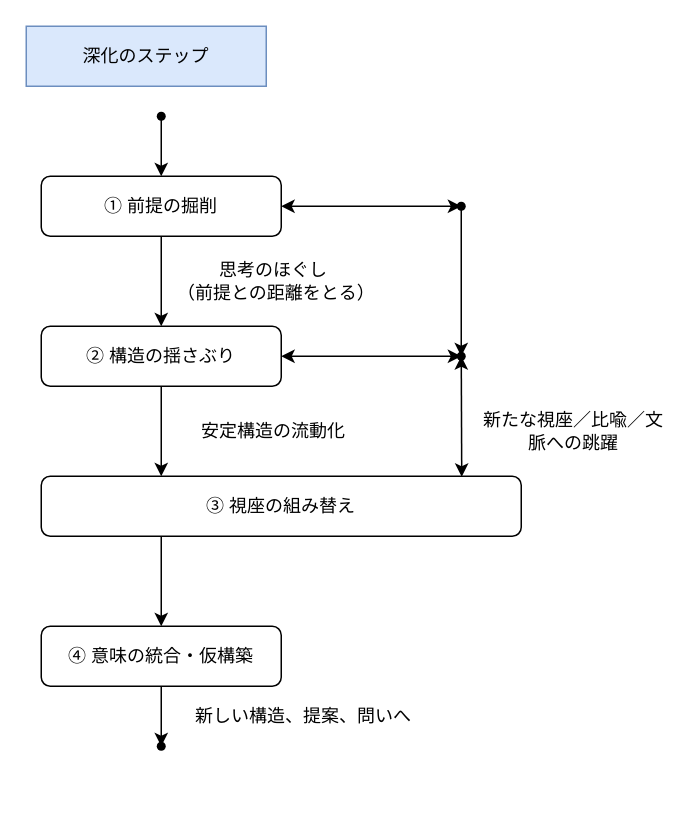
This is qiita_shinka_struct1.drawio from YossyIto/booklog_drowio, a draw.io file, before an edit. Source tidied: cells renumbered, new cells numbered last; positions are measured from the earlier drawing's top-left corner, leaving out a move shared by most shapes. Both pictures are drawn from the tidied source at 150%, with x=0, y=0 at pixel (26, 26).
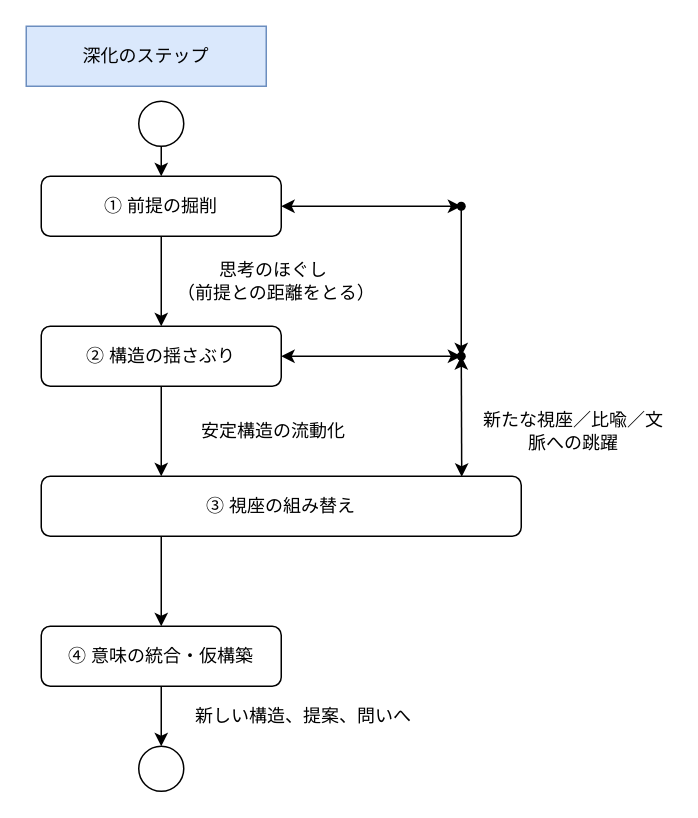
The same diagram, later.

Commit message (it also covers changes not shown here):
qiita_shinka_struct1.drawio を更新します

Unchanged cells that the change refers to:
```xml
<mxCell id="3" value="① 前提の掘削" style="rounded=1;whiteSpace=wrap;html=1;" parent="1" vertex="1">
  <mxGeometry x="10" y="100" width="160" height="40" as="geometry" />
</mxCell>
<mxCell id="13" value="④ 意味の統合・仮構築" style="rounded=1;whiteSpace=wrap;html=1;" parent="1" vertex="1">
  <mxGeometry x="10" y="400" width="160" height="40" as="geometry" />
</mxCell>
```

The edit, as a diff of the source:
```diff
@@
-    <mxCell id="18" style="endArrow=classic;html=1;rounded=0;exitX=0.5;exitY=1;exitDx=0;exitDy=0;entryX=1.017;entryY=0.267;entryDx=0;entryDy=0;entryPerimeter=0;" parent="1" edge="1" source="13" target="20">
+    <mxCell id="18" style="endArrow=classic;html=1;rounded=0;exitX=0.5;exitY=1;exitDx=0;exitDy=0;" parent="1" edge="1" source="13" target="25">
       <mxGeometry relative="1" as="geometry" />
     </mxCell>
@@
-    <mxCell id="20" style="shape=waypoint;sketch=0;fillStyle=solid;size=6;points=[];fillColor=none;perimeter=centerPerimeter;snapToPoint=1;" parent="1" vertex="1">
-      <mxGeometry x="80" y="470" width="20" height="20" as="geometry" />
-    </mxCell>
@@
-    <mxCell id="22" style="shape=waypoint;sketch=0;fillStyle=solid;size=6;points=[];fillColor=none;perimeter=centerPerimeter;snapToPoint=1;" parent="1" vertex="1">
-      <mxGeometry x="80" y="50" width="20" height="20" as="geometry" />
-    </mxCell>
-    <mxCell id="23" style="endArrow=classic;html=1;rounded=0;entryX=0.5;entryY=0;entryDx=0;entryDy=0;" parent="1" edge="1" source="22" target="3">
+    <mxCell id="23" style="endArrow=classic;html=1;rounded=0;entryX=0.5;entryY=0;entryDx=0;entryDy=0;exitX=0.5;exitY=1;exitDx=0;exitDy=0;" parent="1" edge="1" source="24" target="3">
       <mxGeometry relative="1" as="geometry" />
     </mxCell>
+    <mxCell id="24" style="ellipse;whiteSpace=wrap;html=1;" parent="1" vertex="1">
+      <mxGeometry x="75" y="50" width="30" height="30" as="geometry" />
+    </mxCell>
+    <mxCell id="25" style="ellipse;whiteSpace=wrap;html=1;" parent="1" vertex="1">
+      <mxGeometry x="75" y="480" width="30" height="30" as="geometry" />
+    </mxCell>
```
